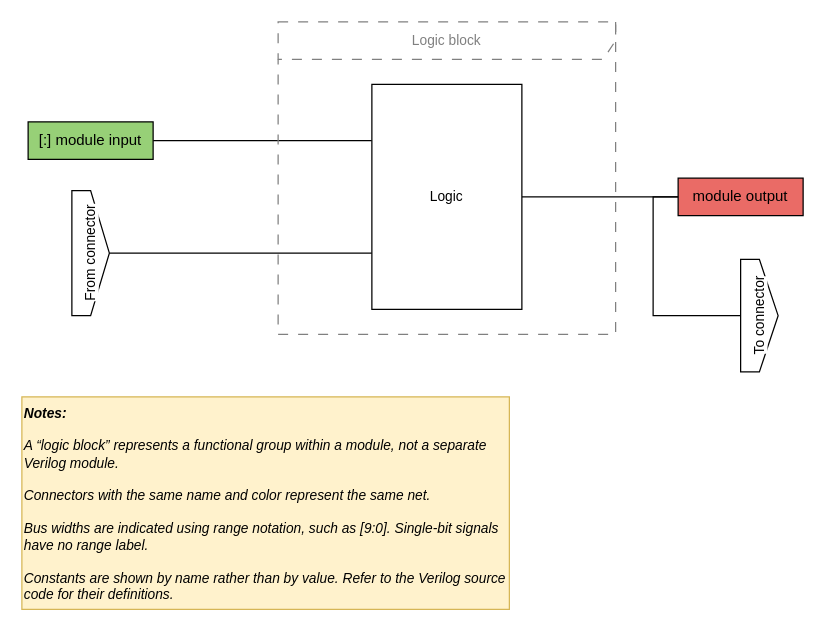
The draw.io diagram page "How to Read the Design Diagrams" (1 of 3) of Hopping_Daisy/design.drawio in carloszlopez/DigitalDesignClass, before the edit. Source tidied: cells renumbered, new cells numbered last; positions are measured from the earlier drawing's top-left corner, leaving out a move shared by most shapes. Both pictures are drawn from the tidied source at 125%, with x=0, y=0 at pixel (21, 21).
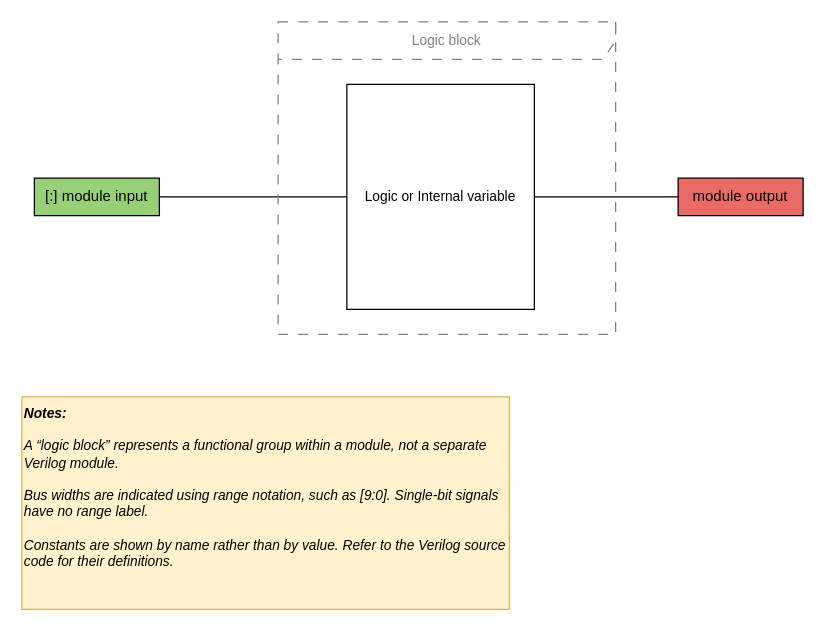
Above is the later version.

Change to the diagram source:
```diff
@@
 <mxGraphModel>
   <root>
     <mxCell id="0" />
     <mxCell id="1" parent="0" />
-    <mxCell id="2" style="edgeStyle=orthogonalEdgeStyle;shape=connector;rounded=0;jumpStyle=arc;jettySize=auto;html=1;entryX=0;entryY=0.25;entryDx=0;entryDy=0;strokeColor=default;align=center;verticalAlign=middle;fontFamily=Helvetica;fontSize=11;fontColor=default;labelBackgroundColor=default;endArrow=none;endFill=0;" parent="1" edge="1" source="3" target="11">
+    <mxCell id="2" style="edgeStyle=orthogonalEdgeStyle;shape=connector;rounded=0;jumpStyle=arc;jettySize=auto;html=1;entryX=0;entryY=0.5;entryDx=0;entryDy=0;strokeColor=default;align=center;verticalAlign=middle;fontFamily=Helvetica;fontSize=11;fontColor=default;labelBackgroundColor=default;endArrow=none;endFill=0;" parent="1" edge="1" source="3" target="11">
       <mxGeometry relative="1" as="geometry" />
     </mxCell>
     <mxCell id="3" value="&lt;span style=&quot;font-weight: normal;&quot;&gt;[:] module input&lt;/span&gt;" style="rounded=0;whiteSpace=wrap;html=1;fontStyle=1;fillColor=#97D077;" parent="1" vertex="1">
-      <mxGeometry x="5" y="80" width="100" height="30" as="geometry" />
+      <mxGeometry x="10" y="125" width="100" height="30" as="geometry" />
     </mxCell>
     <mxCell id="4" value="&lt;span style=&quot;font-weight: 400;&quot;&gt;module output&lt;/span&gt;" style="rounded=0;whiteSpace=wrap;html=1;fontStyle=1;fillColor=#EA6B66;" parent="1" vertex="1">
       <mxGeometry x="525" y="125" width="100" height="30" as="geometry" />
     </mxCell>
     <mxCell id="5" value="&lt;font style=&quot;color: rgb(128, 128, 128);&quot;&gt;Logic block&lt;/font&gt;" style="shape=umlFrame;whiteSpace=wrap;html=1;fontFamily=Helvetica;fontSize=11;fontColor=default;labelBackgroundColor=default;width=420;height=30;dashed=1;dashPattern=8 8;strokeColor=#808080;" parent="1" vertex="1">
       <mxGeometry x="205" width="270" height="250" as="geometry" />
     </mxCell>
-    <mxCell id="6" style="edgeStyle=orthogonalEdgeStyle;shape=connector;rounded=0;jumpStyle=arc;jettySize=auto;html=1;exitX=0.5;exitY=0;exitDx=0;exitDy=0;entryX=0;entryY=0.5;entryDx=0;entryDy=0;strokeColor=default;align=center;verticalAlign=middle;fontFamily=Helvetica;fontSize=11;fontColor=default;labelBackgroundColor=default;endArrow=none;endFill=0;" parent="1" edge="1" source="7" target="4">
-      <mxGeometry relative="1" as="geometry" />
-    </mxCell>
-    <mxCell id="7" value="To connector" style="shape=offPageConnector;whiteSpace=wrap;html=1;fontFamily=Helvetica;fontSize=11;fontColor=default;labelBackgroundColor=default;rotation=-90;fillColor=#FFFFFF;size=0.5;" parent="1" vertex="1">
-      <mxGeometry x="545" y="220" width="90" height="30" as="geometry" />
-    </mxCell>
-    <mxCell id="8" style="edgeStyle=orthogonalEdgeStyle;shape=connector;rounded=0;jumpStyle=arc;jettySize=auto;html=1;strokeColor=default;align=center;verticalAlign=middle;fontFamily=Helvetica;fontSize=11;fontColor=default;labelBackgroundColor=default;endArrow=none;endFill=0;entryX=0;entryY=0.75;entryDx=0;entryDy=0;" parent="1" edge="1" source="9" target="11">
-      <mxGeometry relative="1" as="geometry" />
-    </mxCell>
-    <mxCell id="9" value="From connector" style="shape=offPageConnector;whiteSpace=wrap;html=1;fontFamily=Helvetica;fontSize=11;fontColor=default;labelBackgroundColor=default;rotation=-90;fillColor=#FFFFFF;size=0.5;" parent="1" vertex="1">
-      <mxGeometry x="5" y="170" width="100" height="30" as="geometry" />
-    </mxCell>
     <mxCell id="10" style="edgeStyle=orthogonalEdgeStyle;shape=connector;rounded=0;jumpStyle=arc;jettySize=auto;html=1;exitX=1;exitY=0.5;exitDx=0;exitDy=0;entryX=0;entryY=0.5;entryDx=0;entryDy=0;strokeColor=default;align=center;verticalAlign=middle;fontFamily=Helvetica;fontSize=11;fontColor=default;labelBackgroundColor=default;endArrow=none;endFill=0;" parent="1" edge="1" source="11" target="4">
       <mxGeometry relative="1" as="geometry" />
     </mxCell>
-    <mxCell id="11" value="Logic" style="rounded=0;whiteSpace=wrap;html=1;fontFamily=Helvetica;fontSize=11;fontColor=default;labelBackgroundColor=default;" parent="1" vertex="1">
-      <mxGeometry x="280" y="50" width="120" height="180" as="geometry" />
+    <mxCell id="11" value="Logic or Internal variable" style="rounded=0;whiteSpace=wrap;html=1;fontFamily=Helvetica;fontSize=11;fontColor=default;labelBackgroundColor=default;" parent="1" vertex="1">
+      <mxGeometry x="260" y="50" width="150" height="180" as="geometry" />
     </mxCell>
-    <mxCell id="12" value="&lt;i&gt;&lt;b&gt;Notes:&lt;/b&gt;&lt;/i&gt;&lt;div&gt;&lt;i&gt;&lt;br&gt;&lt;/i&gt;&lt;/div&gt;&lt;div&gt;&lt;i&gt;A “logic block” represents a functional group within a module, not a separate Verilog module.&lt;/i&gt;&lt;/div&gt;&lt;div&gt;&lt;i&gt;&lt;br&gt;&lt;/i&gt;&lt;/div&gt;&lt;div&gt;&lt;i&gt;Connectors with the same name and color represent the same net.&lt;/i&gt;&lt;/div&gt;&lt;div&gt;&lt;i&gt;&lt;br&gt;&lt;/i&gt;&lt;/div&gt;&lt;div&gt;&lt;i&gt;Bus widths are indicated using range notation, such as [9:0]. Single-bit signals have no range label.&lt;/i&gt;&lt;/div&gt;&lt;div&gt;&lt;i&gt;&lt;br&gt;&lt;/i&gt;&lt;/div&gt;&lt;div&gt;&lt;span style=&quot;background-color: transparent;&quot;&gt;&lt;i&gt;Constants are shown by name rather than by value. Refer to the Verilog source code for their definitions.&lt;/i&gt;&lt;/span&gt;&lt;/div&gt;" style="rounded=0;whiteSpace=wrap;html=1;fontFamily=Helvetica;fontSize=11;labelBackgroundColor=none;fillColor=#fff2cc;strokeColor=#d6b656;align=left;verticalAlign=top;" parent="1" vertex="1">
+    <mxCell id="12" value="&lt;i&gt;&lt;b&gt;Notes:&lt;/b&gt;&lt;/i&gt;&lt;div&gt;&lt;i&gt;&lt;br&gt;&lt;/i&gt;&lt;/div&gt;&lt;div&gt;&lt;i&gt;A “logic block” represents a functional group within a module, not a separate Verilog module.&lt;/i&gt;&lt;/div&gt;&lt;div&gt;&lt;br&gt;&lt;/div&gt;&lt;div&gt;&lt;i&gt;Bus widths are indicated using range notation, such as [9:0]. Single-bit signals have no range label.&lt;/i&gt;&lt;/div&gt;&lt;div&gt;&lt;i&gt;&lt;br&gt;&lt;/i&gt;&lt;/div&gt;&lt;div&gt;&lt;span style=&quot;background-color: transparent;&quot;&gt;&lt;i&gt;Constants are shown by name rather than by value. Refer to the Verilog source code for their definitions.&lt;/i&gt;&lt;/span&gt;&lt;/div&gt;" style="rounded=0;whiteSpace=wrap;html=1;fontFamily=Helvetica;fontSize=11;labelBackgroundColor=none;fillColor=#fff2cc;strokeColor=#d6b656;align=left;verticalAlign=top;" parent="1" vertex="1">
       <mxGeometry y="300" width="390" height="170" as="geometry" />
     </mxCell>
   </root>
 </mxGraphModel>
```
